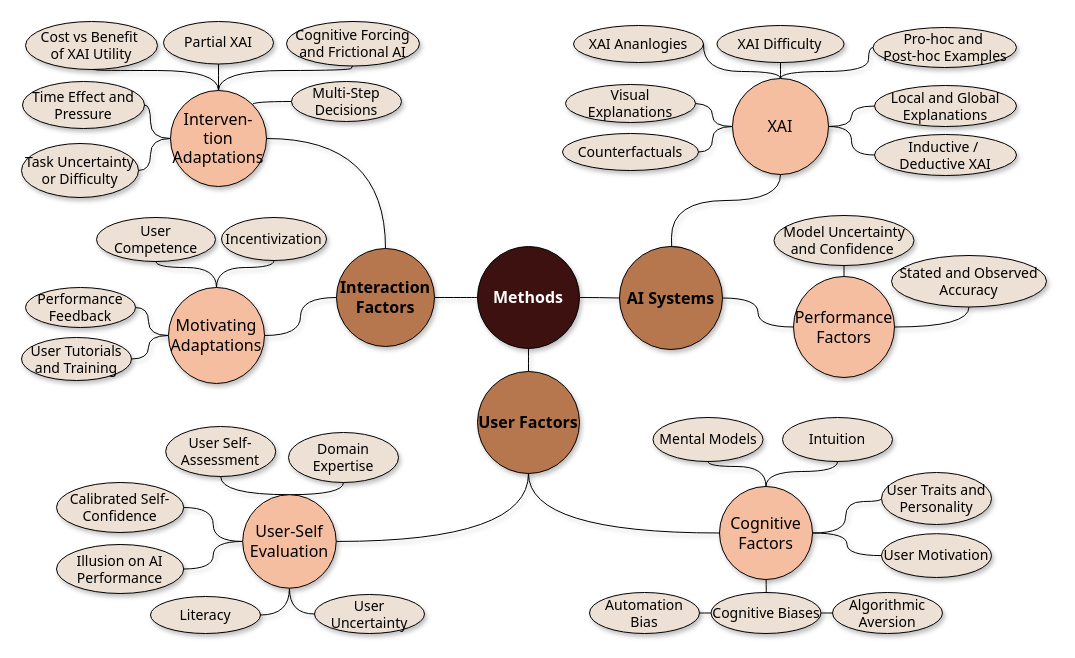
Before: ext/chi-rev-method-overview.drawio in raeeschaudhary/Coursera_Exams, a draw.io diagram. Source tidied: cells renumbered, new cells numbered last; positions are measured from the earlier drawing's top-left corner, leaving out a move shared by most shapes. Both pictures are drawn from the tidied source at 100%, with x=0, y=0 at pixel (21, 21).
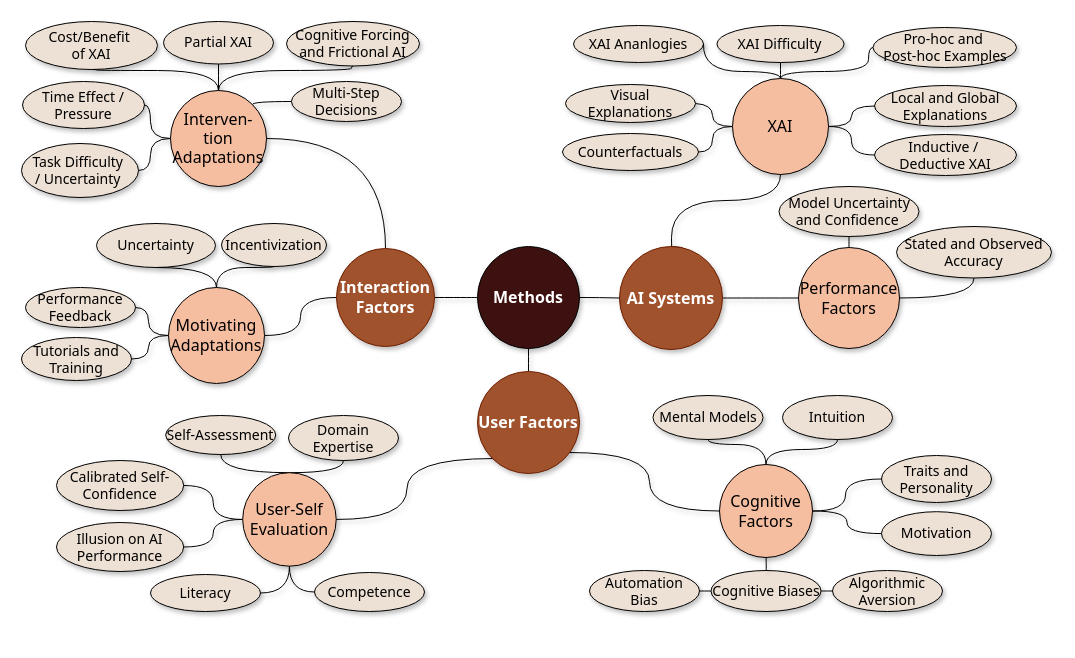
The same page after the edit.

Change to the diagram source:
```diff
@@
     <mxCell id="3" value="Incentivization" style="ellipse;whiteSpace=wrap;html=1;fontFamily=Tahoma;fontSize=14;fillColor=#EDE0D4;shadow=1;" parent="1" vertex="1">
-      <mxGeometry x="200" y="196" width="105" height="43" as="geometry" />
+      <mxGeometry x="200" y="202" width="105" height="43" as="geometry" />
     </mxCell>
@@
     <mxCell id="5" value="Automation Bias" style="ellipse;whiteSpace=wrap;html=1;fontFamily=Tahoma;fontSize=14;fillColor=#EDE0D4;shadow=1;" parent="1" vertex="1">
-      <mxGeometry x="568" y="571" width="110" height="41" as="geometry" />
+      <mxGeometry x="568" y="549" width="110" height="41" as="geometry" />
     </mxCell>
     <mxCell id="6" value="Algorithmic Aversion" style="ellipse;whiteSpace=wrap;html=1;fontFamily=Tahoma;fontSize=14;fillColor=#EDE0D4;shadow=1;" parent="1" vertex="1">
-      <mxGeometry x="811" y="571" width="110" height="41" as="geometry" />
+      <mxGeometry x="811" y="549" width="110" height="41" as="geometry" />
     </mxCell>
@@
-    <mxCell id="9" value="User Tutorials and Training" style="ellipse;whiteSpace=wrap;html=1;fontFamily=Tahoma;fontSize=14;fillColor=#EDE0D4;shadow=1;" parent="1" vertex="1">
+    <mxCell id="9" value="Tutorials and Training" style="ellipse;whiteSpace=wrap;html=1;fontFamily=Tahoma;fontSize=14;fillColor=#EDE0D4;shadow=1;" parent="1" vertex="1">
       <mxGeometry y="316" width="110" height="43" as="geometry" />
     </mxCell>
@@
-    <mxCell id="11" value="Time Effect and Pressure" style="ellipse;whiteSpace=wrap;html=1;fontFamily=Tahoma;fontSize=14;fillColor=#EDE0D4;shadow=1;" parent="1" vertex="1">
+    <mxCell id="11" value="Time Effect / Pressure" style="ellipse;whiteSpace=wrap;html=1;fontFamily=Tahoma;fontSize=14;fillColor=#EDE0D4;shadow=1;" parent="1" vertex="1">
       <mxGeometry x="1" y="60" width="122" height="47" as="geometry" />
     </mxCell>
     <mxCell id="12" value="Literacy" style="ellipse;whiteSpace=wrap;html=1;fontFamily=Tahoma;fontSize=14;fillColor=#EDE0D4;shadow=1;" parent="1" vertex="1">
-      <mxGeometry x="129" y="575" width="110" height="37" as="geometry" />
+      <mxGeometry x="129" y="553" width="110" height="37" as="geometry" />
     </mxCell>
     <mxCell id="13" value="Domain Expertise" style="ellipse;whiteSpace=wrap;html=1;fontFamily=Tahoma;fontSize=14;fillColor=#EDE0D4;shadow=1;" parent="1" vertex="1">
-      <mxGeometry x="267" y="411" width="110" height="50" as="geometry" />
+      <mxGeometry x="267" y="394" width="110" height="45" as="geometry" />
     </mxCell>
@@
     <mxCell id="15" value="Cognitive Biases" style="ellipse;whiteSpace=wrap;html=1;fontFamily=Tahoma;fontSize=14;fillColor=#EDE0D4;shadow=1;" parent="1" vertex="1">
-      <mxGeometry x="689.5" y="571" width="110" height="41" as="geometry" />
+      <mxGeometry x="689.5" y="549" width="110" height="41" as="geometry" />
     </mxCell>
     <mxCell id="16" value="Mental Models" style="ellipse;whiteSpace=wrap;html=1;fontFamily=Tahoma;fontSize=14;fillColor=#EDE0D4;shadow=1;" parent="1" vertex="1">
-      <mxGeometry x="631.5" y="396" width="110" height="44" as="geometry" />
+      <mxGeometry x="631.5" y="374" width="110" height="44" as="geometry" />
     </mxCell>
@@
-    <mxCell id="18" value="User Motivation" style="ellipse;whiteSpace=wrap;html=1;fontFamily=Tahoma;fontSize=14;fillColor=#EDE0D4;shadow=1;" parent="1" vertex="1">
-      <mxGeometry x="860" y="512.2" width="110" height="43.8" as="geometry" />
+    <mxCell id="18" value="Motivation" style="ellipse;whiteSpace=wrap;html=1;fontFamily=Tahoma;fontSize=14;fillColor=#EDE0D4;shadow=1;" parent="1" vertex="1">
+      <mxGeometry x="860" y="490.2" width="110" height="43.8" as="geometry" />
     </mxCell>
-    <mxCell id="19" value="Cost vs Benefit&amp;nbsp;&lt;div&gt;of XAI Utility&lt;/div&gt;" style="ellipse;whiteSpace=wrap;html=1;fontFamily=Tahoma;fontSize=14;fillColor=#EDE0D4;shadow=1;" parent="1" vertex="1">
+    <mxCell id="19" value="Cost/Benefit&amp;nbsp;&lt;div&gt;of XAI&lt;/div&gt;" style="ellipse;whiteSpace=wrap;html=1;fontFamily=Tahoma;fontSize=14;fillColor=#EDE0D4;shadow=1;" parent="1" vertex="1">
       <mxGeometry x="4" width="132" height="48" as="geometry" />
     </mxCell>
-    <mxCell id="20" value="User Competence" style="ellipse;whiteSpace=wrap;html=1;fontFamily=Tahoma;fontSize=14;fillColor=#EDE0D4;shadow=1;" parent="1" vertex="1">
-      <mxGeometry x="75" y="196" width="119" height="44" as="geometry" />
+    <mxCell id="20" value="Uncertainty" style="ellipse;whiteSpace=wrap;html=1;fontFamily=Tahoma;fontSize=14;fillColor=#EDE0D4;shadow=1;" parent="1" vertex="1">
+      <mxGeometry x="75" y="202" width="119" height="44" as="geometry" />
     </mxCell>
-    <mxCell id="21" value="User Self-Assessment" style="ellipse;whiteSpace=wrap;html=1;fontFamily=Tahoma;fontSize=14;fillColor=#EDE0D4;shadow=1;" parent="1" vertex="1">
-      <mxGeometry x="144.2" y="405" width="110" height="50" as="geometry" />
+    <mxCell id="21" value="Self-Assessment" style="ellipse;whiteSpace=wrap;html=1;fontFamily=Tahoma;fontSize=14;fillColor=#EDE0D4;shadow=1;" parent="1" vertex="1">
+      <mxGeometry x="144.2" y="394" width="110" height="39" as="geometry" />
     </mxCell>
-    <mxCell id="22" value="User Uncertainty" style="ellipse;whiteSpace=wrap;html=1;fontFamily=Tahoma;fontSize=14;fillColor=#EDE0D4;shadow=1;" parent="1" vertex="1">
-      <mxGeometry x="293" y="573" width="110" height="39" as="geometry" />
+    <mxCell id="22" value="Competence" style="ellipse;whiteSpace=wrap;html=1;fontFamily=Tahoma;fontSize=14;fillColor=#EDE0D4;shadow=1;" parent="1" vertex="1">
+      <mxGeometry x="293" y="551" width="110" height="39" as="geometry" />
     </mxCell>
     <mxCell id="23" value="Stated and Observed Accuracy" style="ellipse;whiteSpace=wrap;html=1;fontFamily=Tahoma;fontSize=14;fillColor=#EDE0D4;shadow=1;" parent="1" vertex="1">
-      <mxGeometry x="870" y="234" width="155" height="51.5" as="geometry" />
+      <mxGeometry x="875" y="205" width="155" height="51.5" as="geometry" />
     </mxCell>
@@
     <mxCell id="25" value="Intuition" style="ellipse;whiteSpace=wrap;html=1;fontFamily=Tahoma;fontSize=14;fillColor=#EDE0D4;shadow=1;" parent="1" vertex="1">
-      <mxGeometry x="761" y="396" width="110" height="44" as="geometry" />
+      <mxGeometry x="761" y="374" width="110" height="44" as="geometry" />
     </mxCell>
     <mxCell id="26" value="Model Uncertainty and Confidence&amp;nbsp;" style="ellipse;whiteSpace=wrap;html=1;fontFamily=Tahoma;fontSize=14;fillColor=#EDE0D4;shadow=1;" parent="1" vertex="1">
-      <mxGeometry x="752.5" y="194" width="140" height="50" as="geometry" />
+      <mxGeometry x="757.5" y="165" width="140" height="50" as="geometry" />
     </mxCell>
     <mxCell id="27" value="Illusion on AI Performance" style="ellipse;whiteSpace=wrap;html=1;fontFamily=Tahoma;fontSize=14;fillColor=#EDE0D4;shadow=1;" parent="1" vertex="1">
-      <mxGeometry x="35" y="523" width="127.2" height="49" as="geometry" />
+      <mxGeometry x="35" y="501" width="127.2" height="49" as="geometry" />
     </mxCell>
@@
     <mxCell id="29" value="Calibrated Self-Confidence" style="ellipse;whiteSpace=wrap;html=1;fontFamily=Tahoma;fontSize=14;fillColor=#EDE0D4;shadow=1;" parent="1" vertex="1">
-      <mxGeometry x="35" y="461" width="127.2" height="50" as="geometry" />
+      <mxGeometry x="35" y="439" width="127.2" height="50" as="geometry" />
     </mxCell>
-    <mxCell id="30" value="Task Uncertainty or Difficulty" style="ellipse;whiteSpace=wrap;html=1;fontFamily=Tahoma;fontSize=14;fillColor=#EDE0D4;shadow=1;" parent="1" vertex="1">
+    <mxCell id="30" value="Task Difficulty&amp;nbsp;&lt;div&gt;/ &lt;span style=&quot;background-color: transparent; color: light-dark(rgb(0, 0, 0), rgb(255, 255, 255));&quot;&gt;Uncertainty&amp;nbsp;&lt;/span&gt;&lt;/div&gt;" style="ellipse;whiteSpace=wrap;html=1;fontFamily=Tahoma;fontSize=14;fillColor=#EDE0D4;shadow=1;" parent="1" vertex="1">
       <mxGeometry y="122" width="117" height="54" as="geometry" />
     </mxCell>
@@
-    <mxCell id="32" value="User Traits and Personality" style="ellipse;whiteSpace=wrap;html=1;fontFamily=Tahoma;fontSize=14;fillColor=#EDE0D4;shadow=1;" parent="1" vertex="1">
-      <mxGeometry x="860" y="451" width="110" height="52" as="geometry" />
+    <mxCell id="32" value="Traits and Personality" style="ellipse;whiteSpace=wrap;html=1;fontFamily=Tahoma;fontSize=14;fillColor=#EDE0D4;shadow=1;" parent="1" vertex="1">
+      <mxGeometry x="860" y="434" width="110" height="47" as="geometry" />
     </mxCell>
@@
-    <mxCell id="35" value="AI Systems" style="ellipse;whiteSpace=wrap;html=1;fontFamily=Tahoma;fontSize=16;fontStyle=1;fillColor=light-dark(#B6774E,#B9E0A5);strokeColor=light-dark(#000000,#588157);shadow=1;" parent="1" vertex="1">
+    <mxCell id="35" value="AI Systems" style="ellipse;whiteSpace=wrap;html=1;fontFamily=Tahoma;fontSize=16;fontStyle=1;fillColor=#a0522d;strokeColor=#6D1F00;shadow=1;fontColor=#ffffff;" parent="1" vertex="1">
       <mxGeometry x="598" y="225" width="103" height="103" as="geometry" />
     </mxCell>
@@
     <mxCell id="41" style="edgeStyle=orthogonalEdgeStyle;shape=connector;curved=1;rounded=0;jettySize=auto;html=1;exitX=0.5;exitY=1;exitDx=0;exitDy=0;strokeColor=default;align=center;verticalAlign=middle;fontFamily=Helvetica;fontSize=11;fontColor=default;labelBackgroundColor=default;endArrow=none;endFill=0;shadow=1;fillColor=#EDE0D4;" parent="1" edge="1" target="15">
       <mxGeometry relative="1" as="geometry">
-        <mxPoint x="744.5" y="554" as="sourcePoint" />
+        <mxPoint x="744.5" y="532" as="sourcePoint" />
       </mxGeometry>
     </mxCell>
@@
     <mxCell id="43" style="edgeStyle=orthogonalEdgeStyle;shape=connector;curved=1;rounded=0;jettySize=auto;html=1;exitX=0.5;exitY=0;exitDx=0;exitDy=0;entryX=0.5;entryY=1;entryDx=0;entryDy=0;strokeColor=default;align=center;verticalAlign=middle;fontFamily=Helvetica;fontSize=11;fontColor=default;labelBackgroundColor=default;endArrow=none;endFill=0;shadow=1;fillColor=#EDE0D4;" parent="1" edge="1" source="45" target="25">
       <mxGeometry relative="1" as="geometry">
         <Array as="points">
-          <mxPoint x="745" y="450" />
-          <mxPoint x="816" y="450" />
+          <mxPoint x="745" y="428" />
+          <mxPoint x="816" y="428" />
         </Array>
       </mxGeometry>
     </mxCell>
@@
     <mxCell id="45" value="Cognitive Factors" style="ellipse;whiteSpace=wrap;html=1;fontFamily=Tahoma;fontSize=16;fillColor=light-dark(#F6BEA1,#A3B18A);shadow=1;" parent="1" vertex="1">
-      <mxGeometry x="698" y="465" width="93" height="93" as="geometry" />
+      <mxGeometry x="698" y="443" width="93" height="93" as="geometry" />
     </mxCell>
     <mxCell id="46" style="edgeStyle=orthogonalEdgeStyle;shape=connector;curved=1;rounded=0;jettySize=auto;html=1;exitX=0.5;exitY=0;exitDx=0;exitDy=0;entryX=0.5;entryY=1;entryDx=0;entryDy=0;strokeColor=default;align=center;verticalAlign=middle;fontFamily=Helvetica;fontSize=11;fontColor=default;labelBackgroundColor=default;endArrow=none;endFill=0;shadow=1;fillColor=#EDE0D4;" parent="1" edge="1" source="51" target="21">
       <mxGeometry relative="1" as="geometry">
         <Array as="points">
-          <mxPoint x="200" y="473" />
+          <mxPoint x="200" y="451" />
         </Array>
       </mxGeometry>
     </mxCell>
@@
     <mxCell id="49" style="edgeStyle=orthogonalEdgeStyle;shape=connector;curved=1;rounded=0;jettySize=auto;html=1;exitX=0.5;exitY=0;exitDx=0;exitDy=0;entryX=0.5;entryY=1;entryDx=0;entryDy=0;strokeColor=default;align=center;verticalAlign=middle;fontFamily=Helvetica;fontSize=11;fontColor=default;labelBackgroundColor=default;endArrow=none;endFill=0;shadow=1;fillColor=#EDE0D4;" parent="1" edge="1" source="51" target="13">
       <mxGeometry relative="1" as="geometry">
         <Array as="points">
-          <mxPoint x="322" y="473" />
+          <mxPoint x="322" y="451" />
         </Array>
       </mxGeometry>
     </mxCell>
     <mxCell id="50" style="edgeStyle=orthogonalEdgeStyle;shape=connector;curved=1;rounded=0;jettySize=auto;html=1;exitX=0.5;exitY=1;exitDx=0;exitDy=0;entryX=0;entryY=0.5;entryDx=0;entryDy=0;strokeColor=default;align=center;verticalAlign=middle;fontFamily=Helvetica;fontSize=11;fontColor=default;labelBackgroundColor=default;endArrow=none;endFill=0;shadow=1;fillColor=#EDE0D4;" parent="1" edge="1" source="51" target="22">
       <mxGeometry relative="1" as="geometry">
         <Array as="points">
-          <mxPoint x="268" y="592" />
+          <mxPoint x="268" y="570" />
         </Array>
       </mxGeometry>
     </mxCell>
     <mxCell id="51" value="User-Self Evaluation" style="ellipse;whiteSpace=wrap;html=1;fontFamily=Tahoma;fontSize=16;fillColor=light-dark(#F6BEA1,#A3B18A);shadow=1;" parent="1" vertex="1">
-      <mxGeometry x="221.2" y="473.2" width="93.5" height="93.5" as="geometry" />
+      <mxGeometry x="221.2" y="451.2" width="93.5" height="93.5" as="geometry" />
     </mxCell>
@@
-    <mxCell id="67" style="edgeStyle=orthogonalEdgeStyle;shape=connector;curved=1;rounded=0;jettySize=auto;html=1;exitX=0.5;exitY=1;exitDx=0;exitDy=0;strokeColor=default;align=center;verticalAlign=middle;fontFamily=Helvetica;fontSize=11;fontColor=default;labelBackgroundColor=default;endArrow=none;endFill=0;entryX=0;entryY=0.5;entryDx=0;entryDy=0;shadow=1;fillColor=#EDE0D4;" parent="1" edge="1" source="68" target="45">
+    <mxCell id="67" style="edgeStyle=orthogonalEdgeStyle;shape=connector;curved=1;rounded=0;jettySize=auto;html=1;exitX=0.892;exitY=0.794;exitDx=0;exitDy=0;strokeColor=default;align=center;verticalAlign=middle;fontFamily=Helvetica;fontSize=11;fontColor=default;labelBackgroundColor=default;endArrow=none;endFill=0;entryX=0;entryY=0.5;entryDx=0;entryDy=0;shadow=1;fillColor=#EDE0D4;exitPerimeter=0;" parent="1" edge="1" source="68" target="45">
       <mxGeometry relative="1" as="geometry" />
     </mxCell>
-    <mxCell id="68" value="User Factors" style="ellipse;whiteSpace=wrap;html=1;fontFamily=Tahoma;fontSize=16;fontStyle=1;fillColor=#B6774E;shadow=1;" parent="1" vertex="1">
+    <mxCell id="68" value="User Factors" style="ellipse;whiteSpace=wrap;html=1;fontFamily=Tahoma;fontSize=16;fontStyle=1;fillColor=#a0522d;shadow=1;fontColor=#ffffff;strokeColor=#6D1F00;" parent="1" vertex="1">
       <mxGeometry x="456" y="350" width="102" height="102" as="geometry" />
     </mxCell>
-    <mxCell id="69" style="edgeStyle=orthogonalEdgeStyle;shape=connector;curved=1;rounded=0;jettySize=auto;html=1;exitX=0.5;exitY=1;exitDx=0;exitDy=0;entryX=1;entryY=0.5;entryDx=0;entryDy=0;strokeColor=default;align=center;verticalAlign=middle;fontFamily=Helvetica;fontSize=11;fontColor=default;labelBackgroundColor=default;endArrow=none;endFill=0;shadow=1;fillColor=#EDE0D4;" parent="1" edge="1" source="68" target="51">
+    <mxCell id="69" style="edgeStyle=orthogonalEdgeStyle;shape=connector;curved=1;rounded=0;jettySize=auto;html=1;exitX=0;exitY=1;exitDx=0;exitDy=0;entryX=1;entryY=0.5;entryDx=0;entryDy=0;strokeColor=default;align=center;verticalAlign=middle;fontFamily=Helvetica;fontSize=11;fontColor=default;labelBackgroundColor=default;endArrow=none;endFill=0;shadow=1;fillColor=#EDE0D4;" parent="1" edge="1" source="68" target="51">
       <mxGeometry relative="1" as="geometry" />
     </mxCell>
@@
-    <mxCell id="72" value="Interaction Factors" style="ellipse;whiteSpace=wrap;html=1;fontFamily=Tahoma;fontSize=16;fontStyle=1;fillColor=#B6774E;shadow=1;" parent="1" vertex="1">
+    <mxCell id="72" value="Interaction Factors" style="ellipse;whiteSpace=wrap;html=1;fontFamily=Tahoma;fontSize=16;fontStyle=1;fillColor=#a0522d;shadow=1;fontColor=#ffffff;strokeColor=#6D1F00;" parent="1" vertex="1">
       <mxGeometry x="315" y="227" width="98" height="98" as="geometry" />
     </mxCell>
@@
     <mxCell id="75" value="Performance Factors" style="ellipse;whiteSpace=wrap;html=1;fontFamily=Tahoma;fontSize=16;fillColor=light-dark(#F6BEA1,#A3B18A);shadow=1;" parent="1" vertex="1">
-      <mxGeometry x="772" y="255" width="101" height="101" as="geometry" />
+      <mxGeometry x="777" y="226" width="101" height="101" as="geometry" />
     </mxCell>
@@
     <mxCell id="83" style="edgeStyle=orthogonalEdgeStyle;shape=connector;curved=1;rounded=0;jettySize=auto;html=1;exitX=1;exitY=0.5;exitDx=0;exitDy=0;entryX=0;entryY=0.5;entryDx=0;entryDy=0;strokeColor=default;align=center;verticalAlign=middle;fontFamily=Helvetica;fontSize=11;fontColor=default;labelBackgroundColor=default;endArrow=none;endFill=0;shadow=1;fillColor=#EDE0D4;" parent="1" edge="1" source="45" target="32">
       <mxGeometry relative="1" as="geometry">
         <Array as="points">
-          <mxPoint x="824" y="512" />
-          <mxPoint x="824" y="480" />
+          <mxPoint x="824" y="490" />
+          <mxPoint x="824" y="458" />
         </Array>
       </mxGeometry>
     </mxCell>
```
